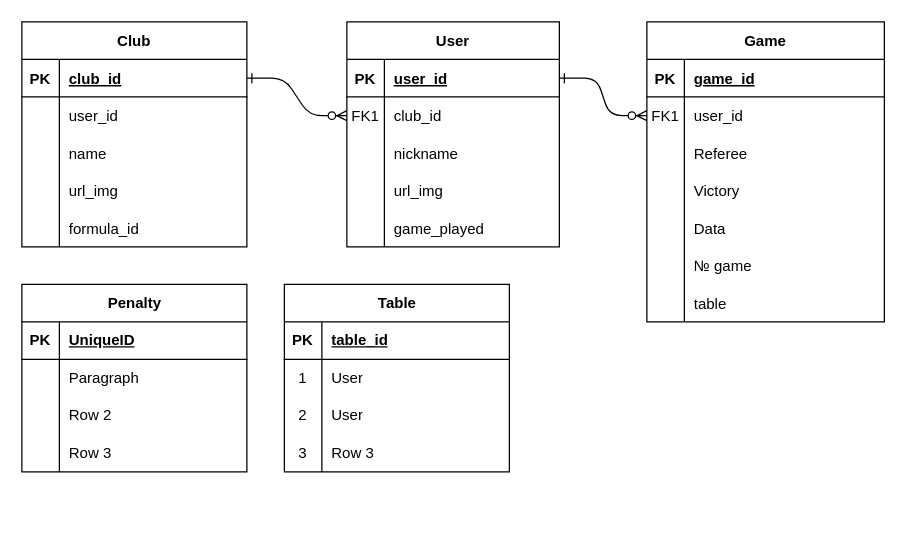
GazinurDavletbaev/mafia_help2 keeps this draw.io diagram as image/Диаграмма без названия.drawio. Above is the earlier version. Source tidied: cells renumbered, new cells numbered last; positions are measured from the earlier drawing's top-left corner, leaving out a move shared by most shapes. Both pictures are drawn from the tidied source at 125%, with x=0, y=0 at pixel (21, 21).
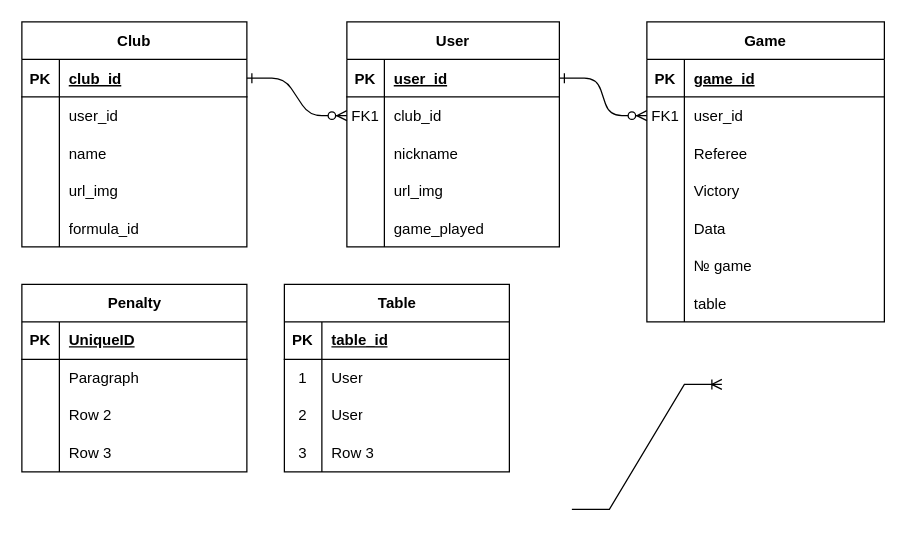
The same diagram, later.

The edit, as a diff of the source:
```diff
@@
+    <mxCell id="84" style="edgeStyle=entityRelationEdgeStyle;fontSize=12;html=1;endArrow=ERoneToMany;rounded=0;" parent="1" edge="1">
+      <mxGeometry relative="1" as="geometry">
+        <mxPoint x="440" y="390" as="sourcePoint" />
+        <mxPoint x="560" y="290" as="targetPoint" />
+        <Array as="points">
+          <mxPoint x="610" y="420" />
+          <mxPoint x="520" y="360" />
+        </Array>
+      </mxGeometry>
+    </mxCell>
```
